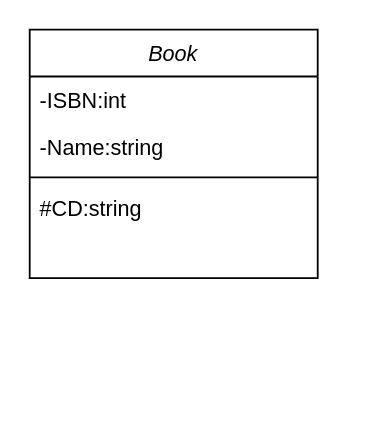
The draw.io diagram question2Diagram.drawio in azrinfaiz/Week2ClassDiagram, before the edit. Source tidied: cells renumbered, new cells numbered last; positions are measured from the earlier drawing's top-left corner, leaving out a move shared by most shapes. Both pictures are drawn from the tidied source at 180%, with x=0, y=0 at pixel (29, 29).
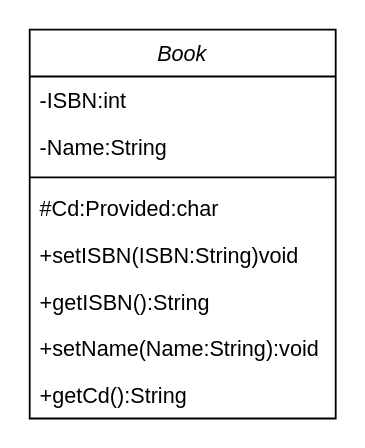
The same page after the edit.

Change to the diagram source:
```diff
@@
 <mxGraphModel>
   <root>
     <mxCell id="0" />
     <mxCell id="1" parent="0" />
     <mxCell id="2" value="Book" style="swimlane;fontStyle=2;align=center;verticalAlign=top;horizontal=1;startSize=26;rounded=0;shadow=0;strokeWidth=1;" parent="1" vertex="1">
-      <mxGeometry width="160" height="138" as="geometry" />
+      <mxGeometry width="170" height="216" as="geometry" />
     </mxCell>
     <mxCell id="3" value="-ISBN:int" style="text;align=left;verticalAlign=top;spacingLeft=4;spacingRight=4;overflow=hidden;" parent="2" vertex="1">
-      <mxGeometry y="26" width="160" height="26" as="geometry" />
+      <mxGeometry y="26" width="170" height="26" as="geometry" />
     </mxCell>
-    <mxCell id="4" value="-Name:string" style="text;align=left;verticalAlign=top;spacingLeft=4;spacingRight=4;overflow=hidden;rounded=0;shadow=0;html=0;" parent="2" vertex="1">
-      <mxGeometry y="52" width="160" height="26" as="geometry" />
+    <mxCell id="4" value="-Name:String" style="text;align=left;verticalAlign=top;spacingLeft=4;spacingRight=4;overflow=hidden;rounded=0;shadow=0;html=0;" parent="2" vertex="1">
+      <mxGeometry y="52" width="170" height="26" as="geometry" />
     </mxCell>
     <mxCell id="5" style="line;html=1;strokeWidth=1;align=left;verticalAlign=middle;spacingTop=-1;spacingLeft=3;spacingRight=3;labelPosition=right;" parent="2" vertex="1">
-      <mxGeometry y="78" width="160" height="8" as="geometry" />
+      <mxGeometry y="78" width="170" height="8" as="geometry" />
     </mxCell>
+    <mxCell id="7" value="#Cd:Provided:char" style="text;align=left;verticalAlign=top;spacingLeft=4;spacingRight=4;overflow=hidden;" parent="2" vertex="1">
+      <mxGeometry y="86" width="170" height="26" as="geometry" />
+    </mxCell>
+    <mxCell id="8" value="+setISBN(ISBN:String)void" style="text;align=left;verticalAlign=top;spacingLeft=4;spacingRight=4;overflow=hidden;" parent="2" vertex="1">
+      <mxGeometry y="112" width="170" height="26" as="geometry" />
+    </mxCell>
-    <mxCell id="6" value="#CD:string" style="text;align=left;verticalAlign=top;spacingLeft=4;spacingRight=4;overflow=hidden;" parent="2" vertex="1">
-      <mxGeometry y="86" width="160" height="26" as="geometry" />
+    <mxCell id="6" value="+getISBN():String" style="text;align=left;verticalAlign=top;spacingLeft=4;spacingRight=4;overflow=hidden;" parent="2" vertex="1">
+      <mxGeometry y="138" width="170" height="26" as="geometry" />
     </mxCell>
+    <mxCell id="9" value="+setName(Name:String):void" style="text;align=left;verticalAlign=top;spacingLeft=4;spacingRight=4;overflow=hidden;" parent="2" vertex="1">
+      <mxGeometry y="164" width="170" height="26" as="geometry" />
+    </mxCell>
+    <mxCell id="10" value="+getCd():String" style="text;align=left;verticalAlign=top;spacingLeft=4;spacingRight=4;overflow=hidden;" parent="2" vertex="1">
+      <mxGeometry y="190" width="170" height="26" as="geometry" />
+    </mxCell>
   </root>
 </mxGraphModel>
```
